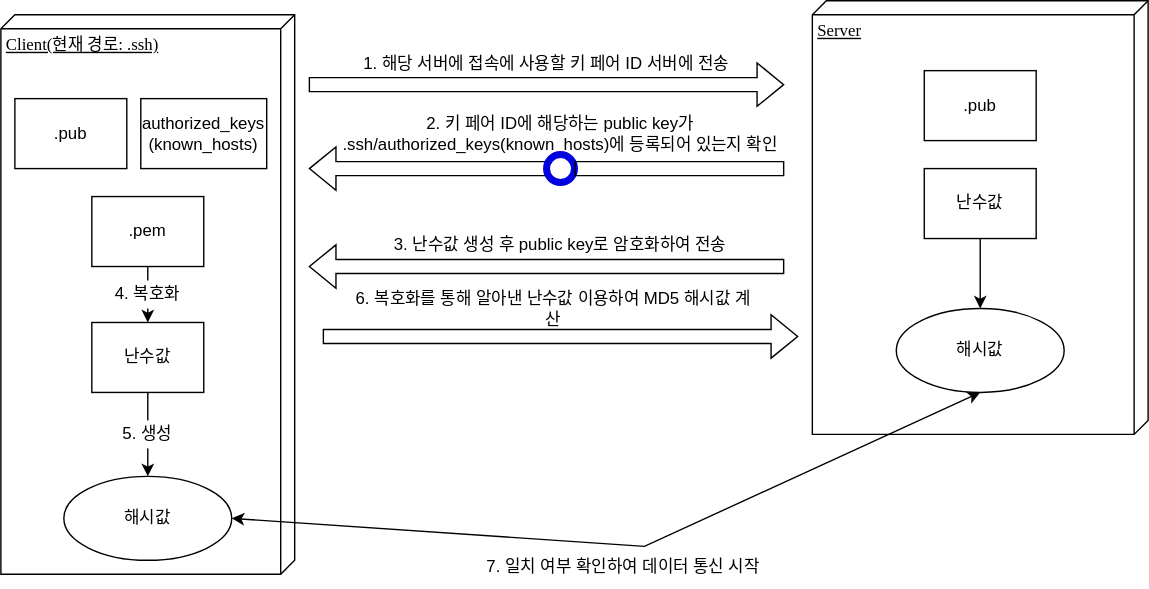
The draw.io diagram ssh 동작원리.svg in AnneMayor/TestRepository, before a commit. Source tidied: cells renumbered, new cells last; positions are measured from the earlier drawing's top-left corner, leaving out a move shared by most shapes.
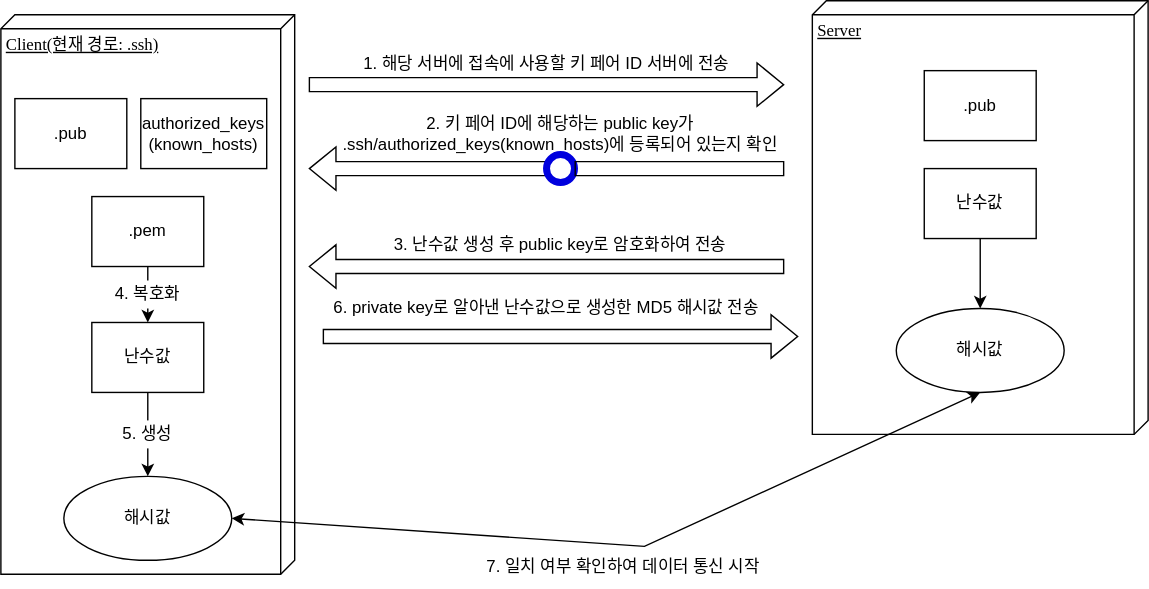
Later version of the same file.

What changed in the source:
```diff
@@ -87,8 +87,8 @@
         <mxPoint x="570" y="240" as="targetPoint" />
       </mxGeometry>
     </mxCell>
-    <mxCell id="26" value="6. 복호화를 통해 알아낸 난수값 이용하여 MD5 해시값 계산" style="rounded=0;whiteSpace=wrap;html=1;strokeColor=none;fillColor=none;" parent="1" vertex="1">
-      <mxGeometry x="250" y="205" width="290" height="30" as="geometry" />
+    <mxCell id="26" value="6. private key로 알아낸 난수값으로 생성한 MD5 해시값 전송" style="rounded=0;whiteSpace=wrap;html=1;strokeColor=none;fillColor=none;" parent="1" vertex="1">
+      <mxGeometry x="230" y="205" width="320" height="30" as="geometry" />
     </mxCell>
     <mxCell id="27" style="endArrow=classic;startArrow=classic;html=1;rounded=0;exitX=1;exitY=0.5;exitDx=0;exitDy=0;entryX=0.5;entryY=1;entryDx=0;entryDy=0;" parent="1" edge="1" source="23" target="22">
       <mxGeometry relative="1" as="geometry">
```
